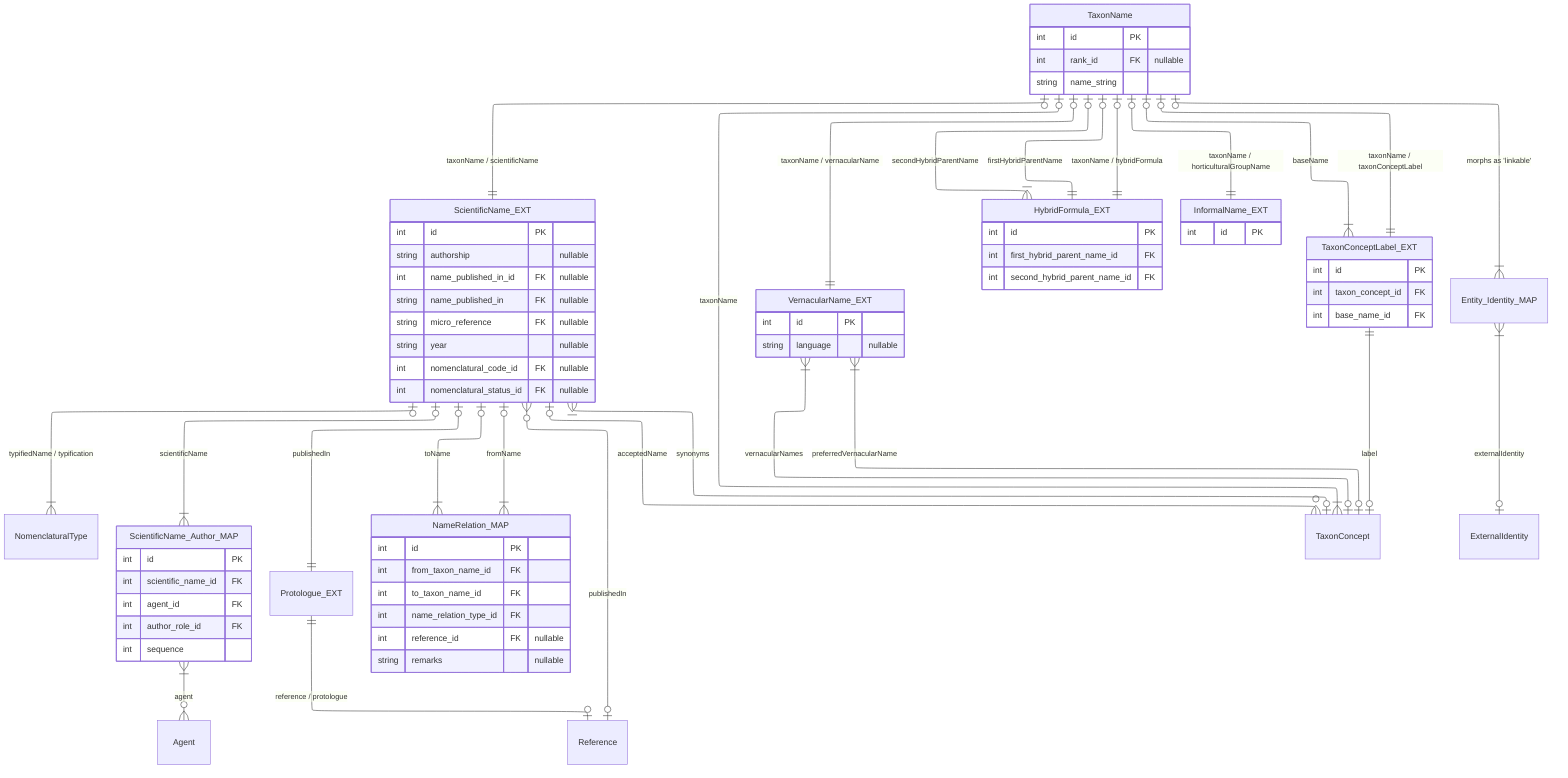
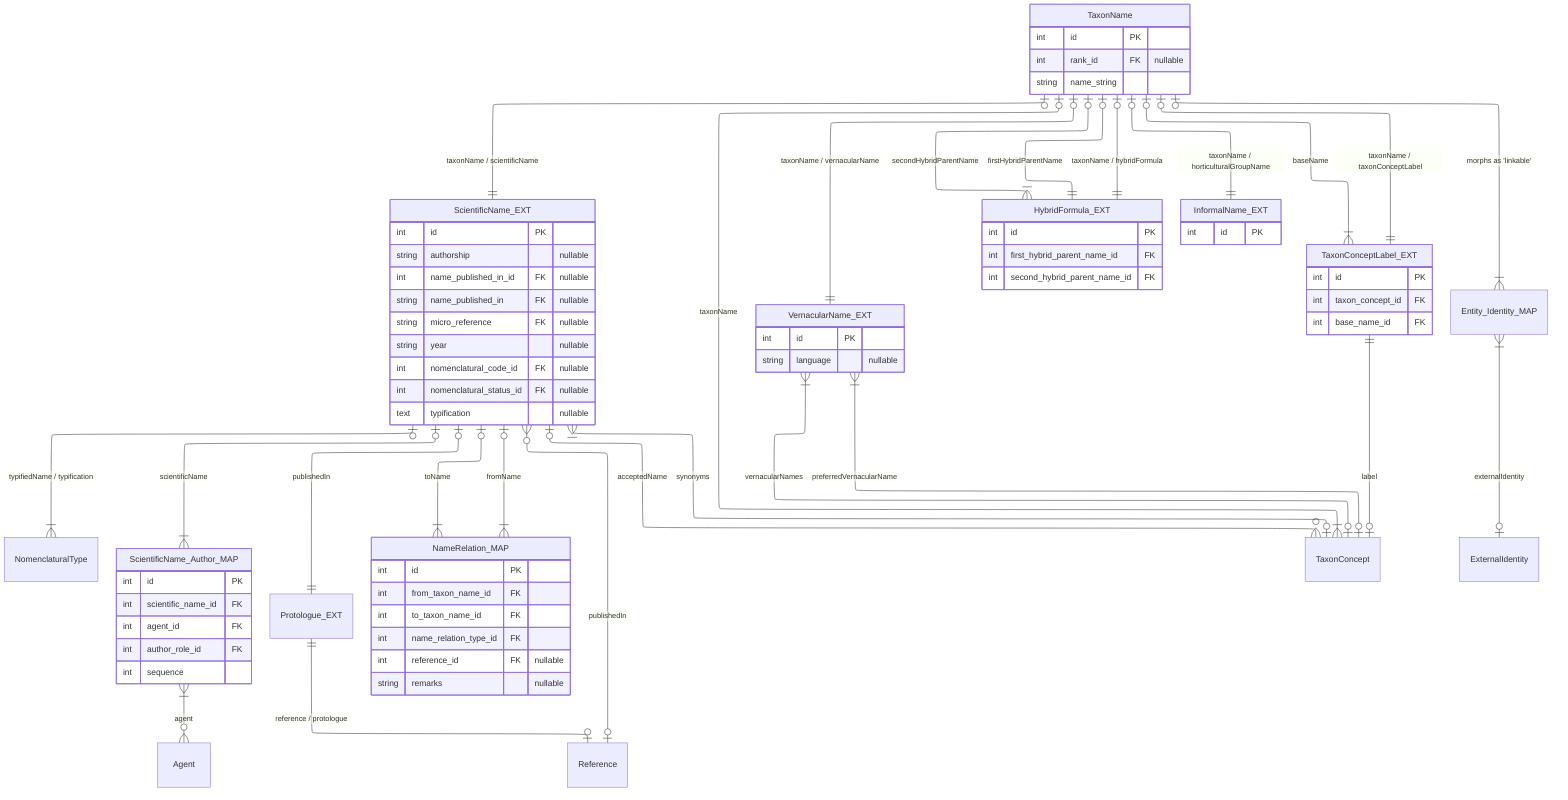
---
config:
  layout: elk
---
erDiagram
  %% Sidecars
  TaxonName |o--|| ScientificName_EXT : "taxonName / scientificName"

  %% Typification
  ScientificName_EXT |o--|{ NomenclaturalType : "typifiedName / typification"

  %% Scientific Name authorship
  ScientificName_EXT |o--|{ ScientificName_Author_MAP : scientificName
  ScientificName_Author_MAP }|--o{ Agent : agent
  ScientificName_EXT |o--|| Protologue_EXT : "publishedIn"
  Protologue_EXT ||--o| Reference : "reference / protologue"
  ScientificName_EXT }o--o| Reference : "publishedIn"

  TaxonName |o--|| VernacularName_EXT : "taxonName / vernacularName"

  %% The Syntactic Relationships
  ScientificName_EXT |o--|{ NameRelation_MAP : "fromName"
  ScientificName_EXT |o--|{ NameRelation_MAP : "toName"

  %% Taxon Name <--> Taxon Concept relationships
  TaxonName |o--|{ TaxonConcept : "taxonName"
  ScientificName_EXT |o--o{ TaxonConcept : "acceptedName"
  ScientificName_EXT }|--o| TaxonConcept : "synonyms"
  VernacularName_EXT }|--o| TaxonConcept : "vernacularNames"
  VernacularName_EXT }|--o| TaxonConcept : "preferredVernacularName"

  TaxonName |o--|| HybridFormula_EXT : "taxonName / hybridFormula"
  TaxonName |o--||  HybridFormula_EXT : "firstHybridParentName"
  TaxonName |o--|{ HybridFormula_EXT : "secondHybridParentName"

  TaxonName |o--|| InformalName_EXT : "taxonName / horticulturalGroupName"

  TaxonName |o--|| TaxonConceptLabel_EXT : "taxonName / taxonConceptLabel"

  %% Taxon Concept Label
  TaxonConceptLabel_EXT ||--o| TaxonConcept : "label"
  TaxonName |o--|{ TaxonConceptLabel_EXT : baseName

  %% External identifiers
  TaxonName |o--|{ Entity_Identity_MAP : "morphs as 'linkable'"
  Entity_Identity_MAP }|--o| ExternalIdentity : "externalIdentity"

  TaxonName {
    int id PK
    int rank_id FK "nullable"
    string name_string
  }

  ScientificName_EXT {
    int id PK
    string authorship "nullable"
    int name_published_in_id FK "nullable"
    string name_published_in FK "nullable"
    string micro_reference FK "nullable"
    string year "nullable"
    int nomenclatural_code_id FK "nullable"
    int nomenclatural_status_id FK "nullable"
+     text typification "nullable"
  }

  VernacularName_EXT {
    int id PK
    string language "nullable"
  }

  TaxonConceptLabel_EXT {
    int id PK
    int taxon_concept_id FK
    int base_name_id FK
  }

  HybridFormula_EXT {
    int id PK
    int first_hybrid_parent_name_id FK
    int second_hybrid_parent_name_id FK
  }

  InformalName_EXT {
    int id PK
  }

  NameRelation_MAP {
    int id PK
    int from_taxon_name_id FK
    int to_taxon_name_id FK
    int name_relation_type_id FK
    int reference_id FK "nullable"
    string remarks "nullable"
  }

  ScientificName_Author_MAP {
    int id PK
    int scientific_name_id FK
    int agent_id FK
    int author_role_id FK
    int sequence
  }